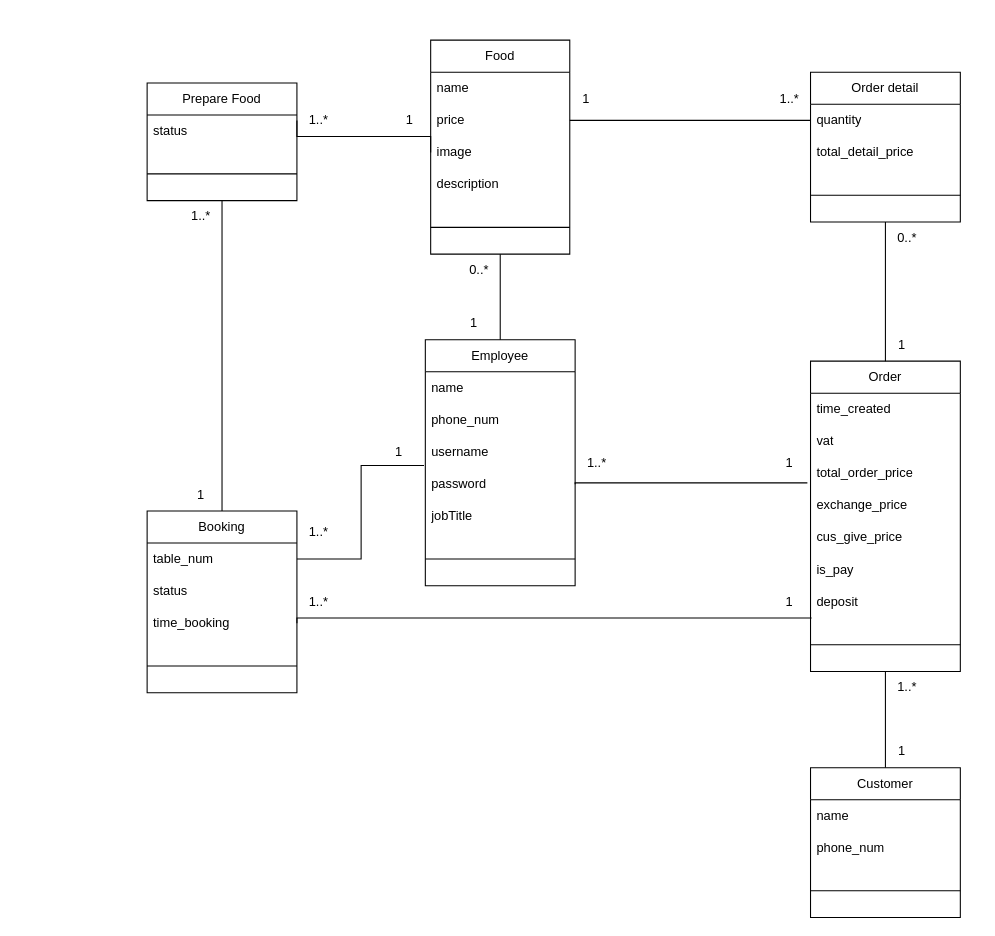
Before: class-diagram.drawio in MaiNhatHoangY2001/HLFood, a draw.io diagram. Source tidied: cells renumbered, new cells numbered last; positions are measured from the earlier drawing's top-left corner, leaving out a move shared by most shapes. Both pictures are drawn from the tidied source at 107%, with x=0, y=0 at pixel (147, 40).
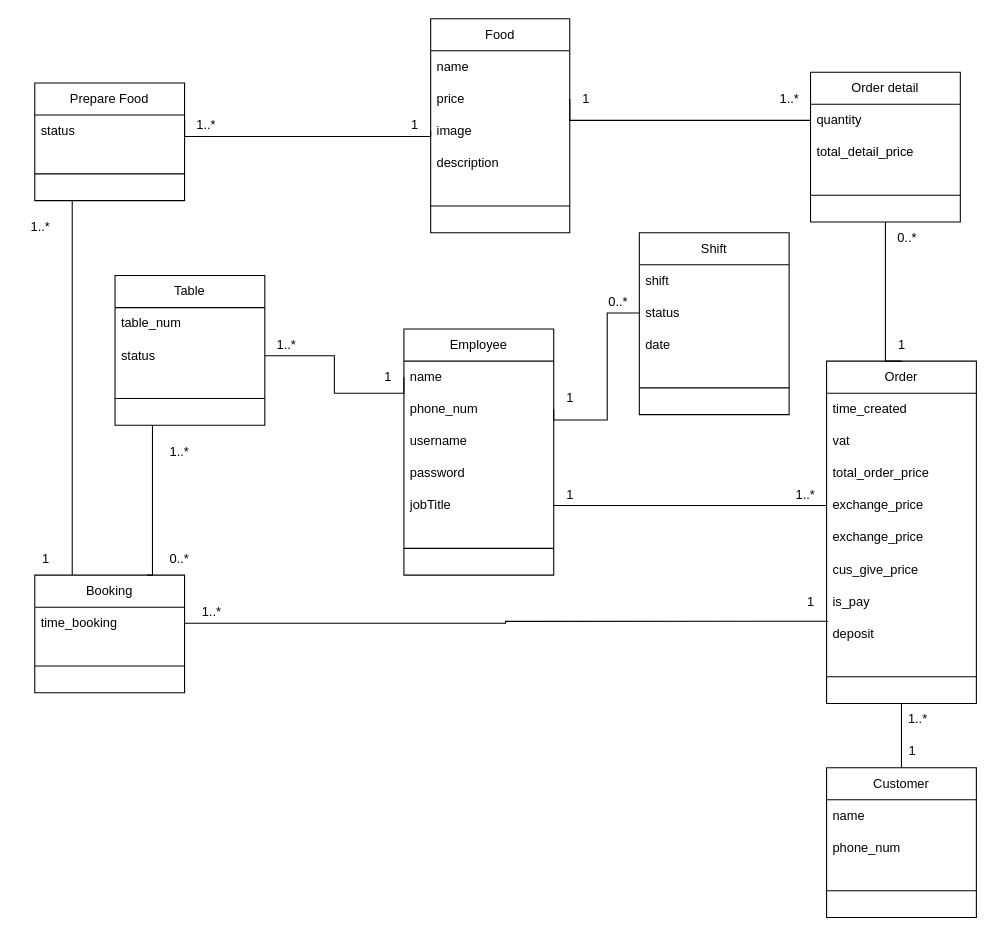
Above is the later version.

Commit message:
Cập nhật class-diagram.drawio

The change refers to these unchanged cells:
```xml
<mxCell id="3" value="name" style="text;strokeColor=none;fillColor=none;align=left;verticalAlign=middle;spacingLeft=4;spacingRight=4;overflow=hidden;points=[[0,0.5],[1,0.5]];portConstraint=eastwest;whiteSpace=wrap;html=1;" parent="2" vertex="1">
  <mxGeometry y="30" width="140" height="30" as="geometry" />
</mxCell>
<mxCell id="4" value="phone_num" style="text;strokeColor=none;fillColor=none;align=left;verticalAlign=middle;spacingLeft=4;spacingRight=4;overflow=hidden;points=[[0,0.5],[1,0.5]];portConstraint=eastwest;whiteSpace=wrap;html=1;" parent="2" vertex="1">
  <mxGeometry y="60" width="140" height="30" as="geometry" />
</mxCell>
<mxCell id="6" value="password" style="text;strokeColor=none;fillColor=none;align=left;verticalAlign=middle;spacingLeft=4;spacingRight=4;overflow=hidden;points=[[0,0.5],[1,0.5]];portConstraint=eastwest;whiteSpace=wrap;html=1;" parent="2" vertex="1">
  <mxGeometry y="120" width="140" height="30" as="geometry" />
</mxCell>
<mxCell id="7" value="jobTitle" style="text;strokeColor=none;fillColor=none;align=left;verticalAlign=middle;spacingLeft=4;spacingRight=4;overflow=hidden;points=[[0,0.5],[1,0.5]];portConstraint=eastwest;whiteSpace=wrap;html=1;" parent="2" vertex="1">
  <mxGeometry y="150" width="140" height="30" as="geometry" />
</mxCell>
<mxCell id="13" value="image" style="text;strokeColor=none;fillColor=none;align=left;verticalAlign=middle;spacingLeft=4;spacingRight=4;overflow=hidden;points=[[0,0.5],[1,0.5]];portConstraint=eastwest;whiteSpace=wrap;html=1;" parent="10" vertex="1">
  <mxGeometry y="90" width="130" height="30" as="geometry" />
</mxCell>
<mxCell id="19" value="total_order_price" style="text;strokeColor=none;fillColor=none;align=left;verticalAlign=middle;spacingLeft=4;spacingRight=4;overflow=hidden;points=[[0,0.5],[1,0.5]];portConstraint=eastwest;whiteSpace=wrap;html=1;" parent="16" vertex="1">
  <mxGeometry y="90" width="140" height="30" as="geometry" />
</mxCell>
<mxCell id="44" value="status" style="text;strokeColor=none;fillColor=none;align=left;verticalAlign=middle;spacingLeft=4;spacingRight=4;overflow=hidden;points=[[0,0.5],[1,0.5]];portConstraint=eastwest;whiteSpace=wrap;html=1;" parent="43" vertex="1">
  <mxGeometry y="30" width="140" height="30" as="geometry" />
</mxCell>
```

Diff of the diagram source:
```diff
@@
     <mxCell id="2" value="Employee" style="swimlane;fontStyle=0;horizontal=1;startSize=30;whiteSpace=wrap;html=1;" parent="1" vertex="1">
-      <mxGeometry x="260" y="280" width="140" height="230" as="geometry" />
+      <mxGeometry x="240" y="270" width="140" height="230" as="geometry" />
     </mxCell>
@@
-    <mxCell id="9" style="edgeStyle=orthogonalEdgeStyle;rounded=0;jettySize=auto;html=1;exitX=0.5;exitY=1;exitDx=0;exitDy=0;endArrow=none;endFill=0;" parent="1" edge="1" source="10" target="2">
-      <mxGeometry relative="1" as="geometry" />
-    </mxCell>
     <mxCell id="10" value="Food" style="swimlane;fontStyle=0;horizontal=1;startSize=30;whiteSpace=wrap;html=1;" parent="1" vertex="1">
-      <mxGeometry x="265" width="130" height="200" as="geometry" />
+      <mxGeometry x="265" y="-20" width="130" height="200" as="geometry" />
     </mxCell>
@@
     <mxCell id="16" value="Order" style="swimlane;fontStyle=0;horizontal=1;startSize=30;whiteSpace=wrap;html=1;" parent="1" vertex="1">
-      <mxGeometry x="620" y="300" width="140" height="290" as="geometry" />
+      <mxGeometry x="635" y="300" width="140" height="320" as="geometry" />
     </mxCell>
@@
+    <mxCell id="67" value="exchange_price" style="text;strokeColor=none;fillColor=none;align=left;verticalAlign=middle;spacingLeft=4;spacingRight=4;overflow=hidden;points=[[0,0.5],[1,0.5]];portConstraint=eastwest;whiteSpace=wrap;html=1;" parent="16" vertex="1">
+      <mxGeometry y="120" width="140" height="30" as="geometry" />
+    </mxCell>
     <mxCell id="20" value="exchange_price" style="text;strokeColor=none;fillColor=none;align=left;verticalAlign=middle;spacingLeft=4;spacingRight=4;overflow=hidden;whiteSpace=wrap;html=1;" parent="16" vertex="1">
-      <mxGeometry y="120" width="140" height="30" as="geometry" />
+      <mxGeometry y="150" width="140" height="30" as="geometry" />
     </mxCell>
     <mxCell id="21" value="cus_give_price" style="text;strokeColor=none;fillColor=none;align=left;verticalAlign=middle;spacingLeft=4;spacingRight=4;overflow=hidden;whiteSpace=wrap;html=1;" parent="16" vertex="1">
-      <mxGeometry y="150" width="140" height="30" as="geometry" />
+      <mxGeometry y="180" width="140" height="30" as="geometry" />
     </mxCell>
     <mxCell id="22" value="is_pay&lt;br&gt;" style="text;strokeColor=none;fillColor=none;align=left;verticalAlign=middle;spacingLeft=4;spacingRight=4;overflow=hidden;whiteSpace=wrap;html=1;" parent="16" vertex="1">
-      <mxGeometry y="180" width="140" height="30" as="geometry" />
+      <mxGeometry y="210" width="140" height="30" as="geometry" />
     </mxCell>
     <mxCell id="23" value="deposit" style="text;strokeColor=none;fillColor=none;align=left;verticalAlign=middle;spacingLeft=4;spacingRight=4;overflow=hidden;points=[[0,0.5],[1,0.5]];portConstraint=eastwest;whiteSpace=wrap;html=1;" parent="16" vertex="1">
-      <mxGeometry y="210" width="140" height="30" as="geometry" />
+      <mxGeometry y="240" width="140" height="30" as="geometry" />
     </mxCell>
     <mxCell id="24" style="line;html=1;strokeWidth=1;align=left;verticalAlign=middle;spacingTop=-1;spacingLeft=3;spacingRight=3;labelPosition=right;" parent="16" vertex="1">
-      <mxGeometry y="240" width="140" height="50" as="geometry" />
+      <mxGeometry y="270" width="140" height="50" as="geometry" />
     </mxCell>
@@
-    <mxCell id="31" style="edgeStyle=orthogonalEdgeStyle;rounded=0;jettySize=auto;html=1;exitX=0.5;exitY=0;exitDx=0;exitDy=0;entryX=0.5;entryY=1;entryDx=0;entryDy=0;endArrow=none;endFill=0;" parent="1" edge="1" source="32" target="43">
-      <mxGeometry relative="1" as="geometry">
-        <Array as="points">
-          <mxPoint x="70" y="460" />
-        </Array>
-      </mxGeometry>
+    <mxCell id="31" style="edgeStyle=orthogonalEdgeStyle;rounded=0;jettySize=auto;html=1;exitX=0.25;exitY=0;exitDx=0;exitDy=0;entryX=0.25;entryY=1;entryDx=0;entryDy=0;endArrow=none;endFill=0;" parent="1" edge="1" source="32" target="43">
+      <mxGeometry relative="1" as="geometry" />
     </mxCell>
     <mxCell id="32" value="Booking" style="swimlane;fontStyle=0;horizontal=1;startSize=30;whiteSpace=wrap;html=1;" parent="1" vertex="1">
-      <mxGeometry y="440" width="140" height="170" as="geometry" />
+      <mxGeometry x="-105" y="500" width="140" height="110" as="geometry" />
     </mxCell>
-    <mxCell id="33" value="table_num" style="text;strokeColor=none;fillColor=none;align=left;verticalAlign=middle;spacingLeft=4;spacingRight=4;overflow=hidden;points=[[0,0.5],[1,0.5]];portConstraint=eastwest;whiteSpace=wrap;html=1;" parent="32" vertex="1">
-      <mxGeometry y="30" width="140" height="30" as="geometry" />
-    </mxCell>
-    <mxCell id="34" value="status" style="text;strokeColor=none;fillColor=none;align=left;verticalAlign=middle;spacingLeft=4;spacingRight=4;overflow=hidden;whiteSpace=wrap;html=1;" parent="32" vertex="1">
-      <mxGeometry y="60" width="140" height="30" as="geometry" />
-    </mxCell>
     <mxCell id="35" value="time_booking" style="text;strokeColor=none;fillColor=none;align=left;verticalAlign=middle;spacingLeft=4;spacingRight=4;overflow=hidden;points=[[0,0.5],[1,0.5]];portConstraint=eastwest;whiteSpace=wrap;html=1;" parent="32" vertex="1">
-      <mxGeometry y="90" width="140" height="30" as="geometry" />
+      <mxGeometry y="30" width="140" height="30" as="geometry" />
     </mxCell>
     <mxCell id="36" style="line;html=1;strokeWidth=1;align=left;verticalAlign=middle;spacingTop=-1;spacingLeft=3;spacingRight=3;labelPosition=right;" parent="32" vertex="1">
-      <mxGeometry y="120" width="140" height="50" as="geometry" />
+      <mxGeometry y="60" width="140" height="50" as="geometry" />
     </mxCell>
-    <mxCell id="37" style="edgeStyle=orthogonalEdgeStyle;rounded=0;jettySize=auto;html=1;exitX=1;exitY=0.5;exitDx=0;exitDy=0;endArrow=none;endFill=0;" parent="1" edge="1" source="35">
-      <mxGeometry relative="1" as="geometry">
-        <mxPoint x="621" y="540" as="targetPoint" />
-        <Array as="points">
-          <mxPoint x="140" y="540" />
-        </Array>
-      </mxGeometry>
-    </mxCell>
@@
     <mxCell id="39" value="Customer" style="swimlane;fontStyle=0;horizontal=1;startSize=30;whiteSpace=wrap;html=1;" parent="1" vertex="1">
-      <mxGeometry x="620" y="680" width="140" height="140" as="geometry" />
+      <mxGeometry x="635" y="680" width="140" height="140" as="geometry" />
     </mxCell>
@@
     <mxCell id="43" value="Prepare Food" style="swimlane;fontStyle=0;horizontal=1;startSize=30;whiteSpace=wrap;html=1;" parent="1" vertex="1">
-      <mxGeometry y="40" width="140" height="110" as="geometry" />
+      <mxGeometry x="-105" y="40" width="140" height="110" as="geometry" />
     </mxCell>
@@
     <mxCell id="46" style="edgeStyle=orthogonalEdgeStyle;rounded=0;jettySize=auto;html=1;exitX=0;exitY=0.5;exitDx=0;exitDy=0;entryX=1;entryY=0.167;entryDx=0;entryDy=0;entryPerimeter=0;endArrow=none;endFill=0;" parent="1" edge="1" source="13" target="44">
       <mxGeometry relative="1" as="geometry">
         <Array as="points">
           <mxPoint x="265" y="90" />
-          <mxPoint x="140" y="90" />
+          <mxPoint x="35" y="90" />
         </Array>
       </mxGeometry>
     </mxCell>
@@
     <mxCell id="51" value="1" style="text;html=1;align=center;verticalAlign=middle;strokeColor=none;fillColor=none;" parent="1" vertex="1">
-      <mxGeometry x="230" y="60" width="30" height="30" as="geometry" />
+      <mxGeometry x="235" y="65" width="30" height="30" as="geometry" />
     </mxCell>
     <mxCell id="52" value="1..*" style="text;html=1;align=center;verticalAlign=middle;strokeColor=none;fillColor=none;" parent="1" vertex="1">
-      <mxGeometry x="140" y="60" width="40" height="30" as="geometry" />
+      <mxGeometry x="35" y="65" width="40" height="30" as="geometry" />
     </mxCell>
     <mxCell id="53" value="1" style="text;html=1;align=center;verticalAlign=middle;strokeColor=none;fillColor=none;" parent="1" vertex="1">
-      <mxGeometry x="35" y="410" width="30" height="30" as="geometry" />
+      <mxGeometry x="-110" y="470" width="30" height="30" as="geometry" />
     </mxCell>
     <mxCell id="54" value="1..*" style="text;html=1;align=center;verticalAlign=middle;strokeColor=none;fillColor=none;" parent="1" vertex="1">
-      <mxGeometry x="30" y="150" width="40" height="30" as="geometry" />
+      <mxGeometry x="-120" y="160" width="40" height="30" as="geometry" />
     </mxCell>
     <mxCell id="55" value="1" style="text;html=1;align=center;verticalAlign=middle;strokeColor=none;fillColor=none;" parent="1" vertex="1">
-      <mxGeometry x="585" y="510" width="30" height="30" as="geometry" />
+      <mxGeometry x="605" y="510" width="30" height="30" as="geometry" />
     </mxCell>
     <mxCell id="56" value="1..*" style="text;html=1;align=center;verticalAlign=middle;strokeColor=none;fillColor=none;" parent="1" vertex="1">
-      <mxGeometry x="140" y="510" width="40" height="30" as="geometry" />
+      <mxGeometry x="40" y="520" width="40" height="30" as="geometry" />
     </mxCell>
     <mxCell id="57" value="1" style="text;html=1;align=center;verticalAlign=middle;strokeColor=none;fillColor=none;" parent="1" vertex="1">
-      <mxGeometry x="690" y="650" width="30" height="30" as="geometry" />
+      <mxGeometry x="700" y="650" width="30" height="30" as="geometry" />
     </mxCell>
     <mxCell id="58" value="1..*" style="text;html=1;align=center;verticalAlign=middle;strokeColor=none;fillColor=none;" parent="1" vertex="1">
-      <mxGeometry x="690" y="590" width="40" height="30" as="geometry" />
+      <mxGeometry x="700" y="620" width="40" height="30" as="geometry" />
     </mxCell>
     <mxCell id="59" value="1" style="text;html=1;align=center;verticalAlign=middle;strokeColor=none;fillColor=none;" parent="1" vertex="1">
-      <mxGeometry x="585" y="380" width="30" height="30" as="geometry" />
+      <mxGeometry x="380" y="410" width="30" height="30" as="geometry" />
     </mxCell>
     <mxCell id="60" value="1..*" style="text;html=1;align=center;verticalAlign=middle;strokeColor=none;fillColor=none;" parent="1" vertex="1">
-      <mxGeometry x="400" y="380" width="40" height="30" as="geometry" />
+      <mxGeometry x="595" y="410" width="40" height="30" as="geometry" />
     </mxCell>
-    <mxCell id="61" style="edgeStyle=orthogonalEdgeStyle;rounded=0;jettySize=auto;html=1;exitX=1;exitY=0.5;exitDx=0;exitDy=0;entryX=-0.021;entryY=0.793;entryDx=0;entryDy=0;entryPerimeter=0;endArrow=none;endFill=0;" parent="1" edge="1" source="6" target="19">
-      <mxGeometry relative="1" as="geometry">
-        <Array as="points">
-          <mxPoint x="400" y="414" />
-        </Array>
-      </mxGeometry>
-    </mxCell>
-    <mxCell id="62" style="edgeStyle=orthogonalEdgeStyle;rounded=0;jettySize=auto;html=1;exitX=1;exitY=0.5;exitDx=0;exitDy=0;entryX=-0.009;entryY=-0.081;entryDx=0;entryDy=0;entryPerimeter=0;endArrow=none;endFill=0;" parent="1" edge="1" source="33" target="6">
-      <mxGeometry relative="1" as="geometry" />
-    </mxCell>
     <mxCell id="63" value="1" style="text;html=1;align=center;verticalAlign=middle;strokeColor=none;fillColor=none;" parent="1" vertex="1">
-      <mxGeometry x="220" y="370" width="30" height="30" as="geometry" />
+      <mxGeometry x="210" y="300" width="30" height="30" as="geometry" />
     </mxCell>
     <mxCell id="64" value="1..*" style="text;html=1;align=center;verticalAlign=middle;strokeColor=none;fillColor=none;" parent="1" vertex="1">
-      <mxGeometry x="140" y="445" width="40" height="30" as="geometry" />
+      <mxGeometry x="110" y="270" width="40" height="30" as="geometry" />
     </mxCell>
+    <mxCell id="68" style="edgeStyle=orthogonalEdgeStyle;rounded=0;jettySize=auto;html=1;exitX=0.25;exitY=1;exitDx=0;exitDy=0;entryX=0.75;entryY=0;entryDx=0;entryDy=0;endArrow=none;endFill=0;" parent="1" edge="1" source="69" target="32">
+      <mxGeometry relative="1" as="geometry">
+        <Array as="points">
+          <mxPoint x="5" y="500" />
+        </Array>
+      </mxGeometry>
+    </mxCell>
+    <mxCell id="69" value="Table" style="swimlane;fontStyle=0;horizontal=1;startSize=30;whiteSpace=wrap;html=1;" parent="1" vertex="1">
+      <mxGeometry x="-30" y="220" width="140" height="140" as="geometry" />
+    </mxCell>
+    <mxCell id="33" value="table_num" style="text;strokeColor=none;fillColor=none;align=left;verticalAlign=middle;spacingLeft=4;spacingRight=4;overflow=hidden;points=[[0,0.5],[1,0.5]];portConstraint=eastwest;whiteSpace=wrap;html=1;" parent="69" vertex="1">
+      <mxGeometry y="30" width="140" height="30" as="geometry" />
+    </mxCell>
+    <mxCell id="70" value="status" style="text;strokeColor=none;fillColor=none;align=left;verticalAlign=middle;spacingLeft=4;spacingRight=4;overflow=hidden;points=[[0,0.5],[1,0.5]];portConstraint=eastwest;whiteSpace=wrap;html=1;" parent="69" vertex="1">
+      <mxGeometry y="60" width="140" height="30" as="geometry" />
+    </mxCell>
+    <mxCell id="71" style="line;html=1;strokeWidth=1;align=left;verticalAlign=middle;spacingTop=-1;spacingLeft=3;spacingRight=3;labelPosition=right;" parent="69" vertex="1">
+      <mxGeometry y="90" width="140" height="50" as="geometry" />
+    </mxCell>
+    <mxCell id="72" value="1..*" style="text;html=1;align=center;verticalAlign=middle;strokeColor=none;fillColor=none;" parent="1" vertex="1">
+      <mxGeometry x="10" y="370" width="40" height="30" as="geometry" />
+    </mxCell>
+    <mxCell id="73" value="0..*" style="text;html=1;align=center;verticalAlign=middle;strokeColor=none;fillColor=none;" parent="1" vertex="1">
+      <mxGeometry x="10" y="470" width="40" height="30" as="geometry" />
+    </mxCell>
+    <mxCell id="74" value="Shift" style="swimlane;fontStyle=0;horizontal=1;startSize=30;whiteSpace=wrap;html=1;" parent="1" vertex="1">
+      <mxGeometry x="460" y="180" width="140" height="170" as="geometry" />
+    </mxCell>
+    <mxCell id="75" value="shift" style="text;strokeColor=none;fillColor=none;align=left;verticalAlign=middle;spacingLeft=4;spacingRight=4;overflow=hidden;whiteSpace=wrap;html=1;" parent="74" vertex="1">
+      <mxGeometry y="30" width="140" height="30" as="geometry" />
+    </mxCell>
+    <mxCell id="76" value="status" style="text;strokeColor=none;fillColor=none;align=left;verticalAlign=middle;spacingLeft=4;spacingRight=4;overflow=hidden;whiteSpace=wrap;html=1;" parent="74" vertex="1">
+      <mxGeometry y="60" width="140" height="30" as="geometry" />
+    </mxCell>
+    <mxCell id="77" value="date" style="text;strokeColor=none;fillColor=none;align=left;verticalAlign=middle;spacingLeft=4;spacingRight=4;overflow=hidden;whiteSpace=wrap;html=1;" parent="74" vertex="1">
+      <mxGeometry y="90" width="140" height="30" as="geometry" />
+    </mxCell>
+    <mxCell id="78" style="line;html=1;strokeWidth=1;align=left;verticalAlign=middle;spacingTop=-1;spacingLeft=3;spacingRight=3;labelPosition=right;" parent="74" vertex="1">
+      <mxGeometry y="120" width="140" height="50" as="geometry" />
+    </mxCell>
+    <mxCell id="79" style="edgeStyle=orthogonalEdgeStyle;rounded=0;jettySize=auto;html=1;exitX=1;exitY=0.5;exitDx=0;exitDy=0;entryX=0;entryY=0.5;entryDx=0;entryDy=0;endArrow=none;endFill=0;" parent="1" edge="1" source="4">
+      <mxGeometry relative="1" as="geometry">
+        <mxPoint x="460" y="255" as="targetPoint" />
+        <Array as="points">
+          <mxPoint x="430" y="355" />
+          <mxPoint x="430" y="255" />
+        </Array>
+      </mxGeometry>
+    </mxCell>
     <mxCell id="65" value="1" style="text;html=1;align=center;verticalAlign=middle;strokeColor=none;fillColor=none;" parent="1" vertex="1">
-      <mxGeometry x="290" y="250" width="30" height="30" as="geometry" />
+      <mxGeometry x="380" y="320" width="30" height="30" as="geometry" />
     </mxCell>
-    <mxCell id="66" value="0..*" style="text;html=1;align=center;verticalAlign=middle;strokeColor=none;fillColor=none;" parent="1" vertex="1">
-      <mxGeometry x="290" y="200" width="40" height="30" as="geometry" />
-    </mxCell>
+    <mxCell id="80" value="0..*" style="text;html=1;align=center;verticalAlign=middle;strokeColor=none;fillColor=none;" parent="1" vertex="1">
+      <mxGeometry x="420" y="230" width="40" height="30" as="geometry" />
+    </mxCell>
+    <mxCell id="81" style="edgeStyle=orthogonalEdgeStyle;rounded=0;jettySize=auto;html=1;exitX=1;exitY=0.5;exitDx=0;exitDy=0;entryX=0;entryY=0.5;entryDx=0;entryDy=0;endArrow=none;endFill=0;" parent="1" edge="1" source="7" target="67">
+      <mxGeometry relative="1" as="geometry" />
+    </mxCell>
+    <mxCell id="82" style="edgeStyle=orthogonalEdgeStyle;rounded=0;jettySize=auto;html=1;exitX=1;exitY=0.5;exitDx=0;exitDy=0;endArrow=none;endFill=0;entryX=0.011;entryY=0.105;entryDx=0;entryDy=0;entryPerimeter=0;" parent="1" edge="1" source="35" target="23">
+      <mxGeometry relative="1" as="geometry" />
+    </mxCell>
+    <mxCell id="83" style="edgeStyle=orthogonalEdgeStyle;rounded=0;jettySize=auto;html=1;exitX=0;exitY=0.5;exitDx=0;exitDy=0;entryX=1;entryY=0.5;entryDx=0;entryDy=0;endArrow=none;endFill=0;" parent="1" edge="1" source="3" target="70">
+      <mxGeometry relative="1" as="geometry">
+        <Array as="points">
+          <mxPoint x="240" y="330" />
+          <mxPoint x="175" y="330" />
+          <mxPoint x="175" y="295" />
+        </Array>
+      </mxGeometry>
+    </mxCell>
```
